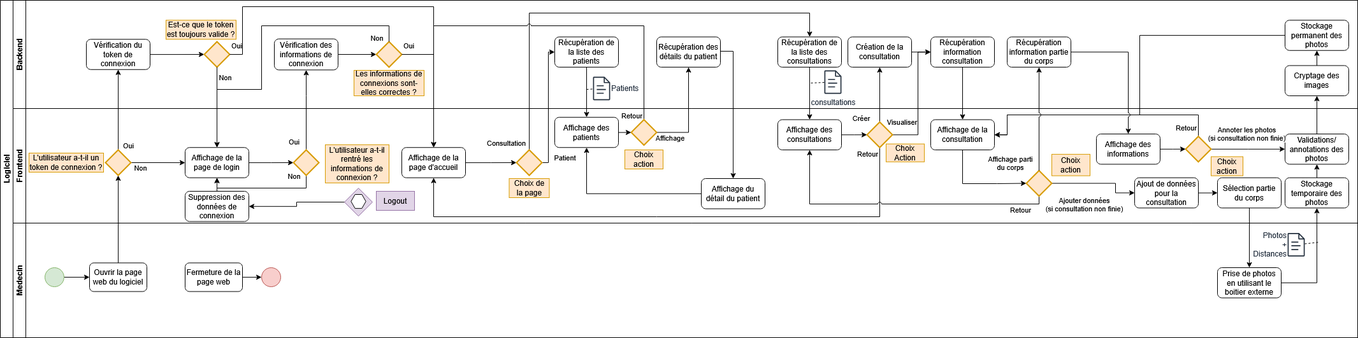
Earlier version of the draw.io export document/schematics/BPMN DermaTrack.png (nicolas-gatta/DermaTrack). Source tidied: cells renumbered, new cells last; positions are measured from the earlier drawing's top-left corner, leaving out a move shared by most shapes.
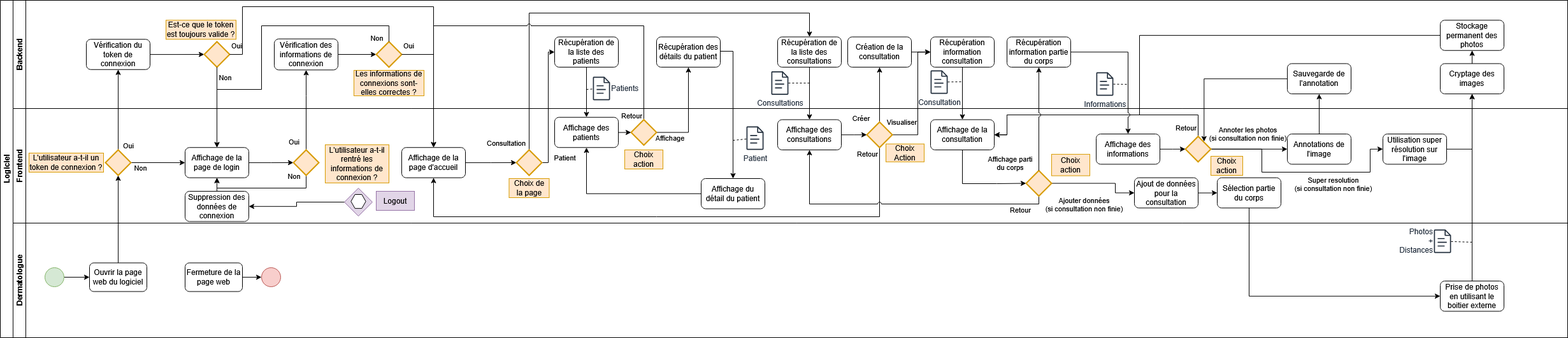
The same diagram one commit later.

Commit message:
Implement modal dismissal and update forms for patient and visit creation

Change to the diagram source:
```diff
@@ -3,7 +3,7 @@
     <mxCell id="0" />
     <mxCell id="1" parent="0" />
     <mxCell id="2" value="&lt;div&gt;Logiciel&lt;/div&gt;" style="swimlane;html=1;horizontal=0;startSize=20;" parent="1" vertex="1">
-      <mxGeometry width="2130" height="530" as="geometry" />
+      <mxGeometry width="2460" height="530" as="geometry" />
     </mxCell>
     <mxCell id="3" style="edgeStyle=orthogonalEdgeStyle;rounded=0;jettySize=auto;html=1;entryX=0.5;entryY=0;entryDx=0;entryDy=0;exitX=0.5;exitY=0;exitDx=0;exitDy=0;exitPerimeter=0;jumpStyle=arc;" parent="2" edge="1" source="63" target="17">
       <mxGeometry relative="1" as="geometry">
@@ -19,7 +19,7 @@
       </mxGeometry>
     </mxCell>
     <mxCell id="5" value="Backend" style="swimlane;html=1;startSize=20;horizontal=0;" parent="2" vertex="1">
-      <mxGeometry x="20" width="2110" height="170" as="geometry" />
+      <mxGeometry x="20" width="2440" height="170" as="geometry" />
     </mxCell>
     <mxCell id="6" style="edgeStyle=orthogonalEdgeStyle;rounded=0;jettySize=auto;html=1;" parent="5" edge="1" source="7" target="8">
       <mxGeometry relative="1" as="geometry" />
@@ -72,8 +72,8 @@
     <mxCell id="19" value="Récupération des détails du patient" style="rounded=1;whiteSpace=wrap;html=1;" parent="5" vertex="1">
       <mxGeometry x="1010" y="57.5" width="100" height="47.5" as="geometry" />
     </mxCell>
-    <mxCell id="20" value="consultations" style="sketch=0;outlineConnect=0;fontColor=#232F3E;gradientColor=none;fillColor=#232F3D;strokeColor=none;dashed=0;verticalLabelPosition=bottom;verticalAlign=top;align=center;html=1;fontSize=12;fontStyle=0;shape=mxgraph.aws4.document;labelPosition=center;" parent="5" vertex="1">
-      <mxGeometry x="1273" y="110" width="27" height="37" as="geometry" />
+    <mxCell id="20" value="Consultations" style="sketch=0;outlineConnect=0;fontColor=#232F3E;gradientColor=none;fillColor=#232F3D;strokeColor=none;dashed=0;verticalLabelPosition=bottom;verticalAlign=top;align=center;html=1;fontSize=12;fontStyle=0;shape=mxgraph.aws4.document;labelPosition=center;" parent="5" vertex="1">
+      <mxGeometry x="1190" y="111.5" width="27" height="37" as="geometry" />
     </mxCell>
     <mxCell id="21" style="edgeStyle=orthogonalEdgeStyle;rounded=0;jettySize=auto;html=1;entryX=0;entryY=0.5;entryDx=0;entryDy=0;" parent="5" edge="1" source="22" target="23">
       <mxGeometry relative="1" as="geometry" />
@@ -87,15 +87,24 @@
     <mxCell id="24" style="edgeStyle=orthogonalEdgeStyle;rounded=0;jettySize=auto;html=1;entryX=0.5;entryY=1;entryDx=0;entryDy=0;" parent="5" edge="1" source="25" target="26">
       <mxGeometry relative="1" as="geometry" />
     </mxCell>
-    <mxCell id="25" value="Cryptage des images" style="rounded=1;whiteSpace=wrap;html=1;" parent="5" vertex="1">
-      <mxGeometry x="1996" y="102.5" width="100" height="47.5" as="geometry" />
-    </mxCell>
     <mxCell id="26" value="Stockage permanent des photos" style="rounded=1;whiteSpace=wrap;html=1;" parent="5" vertex="1">
-      <mxGeometry x="1996" y="31.2" width="100" height="47.5" as="geometry" />
+      <mxGeometry x="2240" y="31.2" width="100" height="47.5" as="geometry" />
     </mxCell>
     <mxCell id="27" value="Récupération information partie du corps" style="rounded=1;whiteSpace=wrap;html=1;" parent="5" vertex="1">
       <mxGeometry x="1560" y="57.5" width="100" height="47.5" as="geometry" />
     </mxCell>
+    <mxCell id="128" value="Consultation" style="sketch=0;outlineConnect=0;fontColor=#232F3E;gradientColor=none;fillColor=#232F3D;strokeColor=none;dashed=0;verticalLabelPosition=bottom;verticalAlign=top;align=center;html=1;fontSize=12;fontStyle=0;shape=mxgraph.aws4.document;labelPosition=center;" parent="5" vertex="1">
+      <mxGeometry x="1440" y="110" width="27" height="37" as="geometry" />
+    </mxCell>
+    <mxCell id="129" value="Informations" style="sketch=0;outlineConnect=0;fontColor=#232F3E;gradientColor=none;fillColor=#232F3D;strokeColor=none;dashed=0;verticalLabelPosition=bottom;verticalAlign=top;align=center;html=1;fontSize=12;fontStyle=0;shape=mxgraph.aws4.document;labelPosition=center;" parent="5" vertex="1">
+      <mxGeometry x="1700" y="113.1" width="27" height="37" as="geometry" />
+    </mxCell>
+    <mxCell id="25" value="Cryptage des images" style="rounded=1;whiteSpace=wrap;html=1;" parent="5" vertex="1">
+      <mxGeometry x="2240" y="99.5" width="100" height="47.5" as="geometry" />
+    </mxCell>
+    <mxCell id="130" value="&lt;div&gt;Sauvegarde de l'annotation&lt;/div&gt;" style="rounded=1;whiteSpace=wrap;html=1;" parent="5" vertex="1">
+      <mxGeometry x="2000" y="99.4" width="100" height="47.5" as="geometry" />
+    </mxCell>
     <mxCell id="28" style="edgeStyle=orthogonalEdgeStyle;rounded=0;jettySize=auto;html=1;entryX=0.5;entryY=1;entryDx=0;entryDy=0;entryPerimeter=0;" parent="2" edge="1" source="111" target="55">
       <mxGeometry relative="1" as="geometry" />
     </mxCell>
@@ -203,11 +212,11 @@
         <mxPoint y="-24" as="offset" />
       </mxGeometry>
     </mxCell>
-    <mxCell id="49" style="edgeStyle=orthogonalEdgeStyle;rounded=0;jettySize=auto;html=1;" parent="2" edge="1" source="112" target="84">
+    <mxCell id="49" style="edgeStyle=orthogonalEdgeStyle;rounded=0;jettySize=auto;html=1;entryX=0.5;entryY=1;entryDx=0;entryDy=0;" parent="2" edge="1" source="112" target="25">
       <mxGeometry relative="1" as="geometry" />
     </mxCell>
     <mxCell id="50" value="Frontend" style="swimlane;html=1;startSize=20;horizontal=0;" parent="2" vertex="1">
-      <mxGeometry x="20" y="170" width="2110" height="180" as="geometry" />
+      <mxGeometry x="20" y="170" width="2440" height="180" as="geometry" />
     </mxCell>
     <mxCell id="51" style="edgeStyle=orthogonalEdgeStyle;rounded=0;jettySize=auto;html=1;entryX=0;entryY=0.5;entryDx=0;entryDy=0;entryPerimeter=0;" parent="50" edge="1" source="52" target="59">
       <mxGeometry relative="1" as="geometry" />
@@ -334,15 +343,6 @@
     <mxCell id="82" value="Sélection partie du corps" style="rounded=1;whiteSpace=wrap;html=1;" parent="50" vertex="1">
       <mxGeometry x="1890" y="108.8" width="100" height="47.5" as="geometry" />
     </mxCell>
-    <mxCell id="83" style="edgeStyle=orthogonalEdgeStyle;rounded=0;jettySize=auto;html=1;" parent="50" edge="1" source="84" target="85">
-      <mxGeometry relative="1" as="geometry" />
-    </mxCell>
-    <mxCell id="84" value="Stockage temporaire des photos" style="rounded=1;whiteSpace=wrap;html=1;" parent="50" vertex="1">
-      <mxGeometry x="1996" y="108.8" width="100" height="47.5" as="geometry" />
-    </mxCell>
-    <mxCell id="85" value="Validations/annotations des photos" style="rounded=1;whiteSpace=wrap;html=1;" parent="50" vertex="1">
-      <mxGeometry x="1996" y="40" width="100" height="47.5" as="geometry" />
-    </mxCell>
     <mxCell id="86" style="edgeStyle=orthogonalEdgeStyle;rounded=0;jettySize=auto;html=1;entryX=0.5;entryY=1;entryDx=0;entryDy=0;jumpStyle=arc;" parent="50" edge="1" source="90" target="66">
       <mxGeometry relative="1" as="geometry">
         <Array as="points">
@@ -381,7 +381,7 @@
     <mxCell id="93" value="Affichage des informations" style="rounded=1;whiteSpace=wrap;html=1;" parent="50" vertex="1">
       <mxGeometry x="1700" y="40" width="100" height="47.5" as="geometry" />
     </mxCell>
-    <mxCell id="94" style="edgeStyle=orthogonalEdgeStyle;rounded=0;jettySize=auto;html=1;" parent="50" edge="1" source="98" target="85">
+    <mxCell id="94" style="edgeStyle=orthogonalEdgeStyle;rounded=0;jettySize=auto;html=1;entryX=0;entryY=0.5;entryDx=0;entryDy=0;" parent="50" edge="1" source="98" target="135">
       <mxGeometry relative="1" as="geometry" />
     </mxCell>
     <mxCell id="95" value="Annoter les photos&lt;br&gt;(si consultation non finie)" style="edgeLabel;html=1;align=center;verticalAlign=middle;" parent="94" vertex="1">
@@ -403,6 +403,21 @@
         <mxPoint x="-21" y="3" as="offset" />
       </mxGeometry>
     </mxCell>
+    <mxCell id="131" style="edgeStyle=orthogonalEdgeStyle;rounded=0;jettySize=auto;html=1;entryX=0;entryY=0.5;entryDx=0;entryDy=0;" parent="50" edge="1" source="98" target="136">
+      <mxGeometry relative="1" as="geometry">
+        <Array as="points">
+          <mxPoint x="1960" y="64" />
+          <mxPoint x="1960" y="100" />
+          <mxPoint x="2130" y="100" />
+          <mxPoint x="2130" y="64" />
+        </Array>
+      </mxGeometry>
+    </mxCell>
+    <mxCell id="132" value="&lt;div&gt;Super resolution&lt;/div&gt;&lt;div&gt;(si consultation non finie)&lt;/div&gt;" style="edgeLabel;html=1;align=center;verticalAlign=middle;" parent="131" vertex="1">
+      <mxGeometry x="0.1" y="-1" relative="1" as="geometry">
+        <mxPoint x="40" y="17" as="offset" />
+      </mxGeometry>
+    </mxCell>
     <mxCell id="98" style="strokeWidth=2;html=1;shape=mxgraph.flowchart.decision;whiteSpace=wrap;fillColor=#ffe6cc;strokeColor=#d79b00;" parent="50" vertex="1">
       <mxGeometry x="1840" y="43.8" width="40" height="40" as="geometry" />
     </mxCell>
@@ -410,7 +425,7 @@
       <mxGeometry relative="1" as="geometry" />
     </mxCell>
     <mxCell id="100" value="Choix action" style="text;html=1;align=center;verticalAlign=middle;whiteSpace=wrap;rounded=0;fillColor=#ffe6cc;strokeColor=#d79b00;" parent="50" vertex="1">
-      <mxGeometry x="1880" y="75.6" width="50" height="30" as="geometry" />
+      <mxGeometry x="1880" y="75" width="50" height="30" as="geometry" />
     </mxCell>
     <mxCell id="101" style="group;" parent="50" vertex="1">
       <mxGeometry x="520" y="125" width="44" height="44" as="geometry" />
@@ -433,8 +448,22 @@
     <mxCell id="107" value="Suppression des données de connexion" style="rounded=1;whiteSpace=wrap;html=1;" parent="50" vertex="1">
       <mxGeometry x="270" y="130" width="100" height="47.5" as="geometry" />
     </mxCell>
+    <mxCell id="133" value="Patient" style="sketch=0;outlineConnect=0;fontColor=#232F3E;gradientColor=none;fillColor=#232F3D;strokeColor=none;dashed=0;verticalLabelPosition=bottom;verticalAlign=top;align=center;html=1;fontSize=12;fontStyle=0;shape=mxgraph.aws4.document;labelPosition=center;" parent="50" vertex="1">
+      <mxGeometry x="1151" y="28" width="27" height="37" as="geometry" />
+    </mxCell>
+    <mxCell id="134" style="endArrow=none;dashed=1;html=1;rounded=0;" parent="50" edge="1" target="133">
+      <mxGeometry relative="1" as="geometry">
+        <mxPoint x="1130" y="50" as="sourcePoint" />
+      </mxGeometry>
+    </mxCell>
+    <mxCell id="135" value="&lt;div&gt;Annotations de l'image&lt;/div&gt;" style="rounded=1;whiteSpace=wrap;html=1;" parent="50" vertex="1">
+      <mxGeometry x="2000" y="40" width="100" height="47.5" as="geometry" />
+    </mxCell>
+    <mxCell id="136" value="Utilisation super résolution sur l'image" style="rounded=1;whiteSpace=wrap;html=1;" parent="50" vertex="1">
+      <mxGeometry x="2150" y="40" width="100" height="47.5" as="geometry" />
+    </mxCell>
-    <mxCell id="108" value="Medecin" style="swimlane;html=1;startSize=20;horizontal=0;" parent="2" vertex="1">
-      <mxGeometry x="20" y="350" width="2110" height="180" as="geometry" />
+    <mxCell id="108" value="Dermatologue" style="swimlane;html=1;startSize=20;horizontal=0;" parent="2" vertex="1">
+      <mxGeometry x="20" y="350" width="2440" height="180" as="geometry" />
     </mxCell>
     <mxCell id="109" style="edgeStyle=orthogonalEdgeStyle;rounded=0;jettySize=auto;html=1;entryX=0;entryY=0.5;entryDx=0;entryDy=0;" parent="108" edge="1" source="110" target="111">
       <mxGeometry relative="1" as="geometry" />
@@ -446,10 +475,10 @@
       <mxGeometry x="120" y="62.5" width="90" height="45" as="geometry" />
     </mxCell>
     <mxCell id="112" value="Prise de photos en utilisant le boitier externe" style="rounded=1;whiteSpace=wrap;html=1;" parent="108" vertex="1">
-      <mxGeometry x="1890" y="70" width="100" height="47.5" as="geometry" />
+      <mxGeometry x="2240" y="91" width="100" height="47.5" as="geometry" />
     </mxCell>
     <mxCell id="113" value="Photos &lt;br&gt;+ &lt;br&gt;Distances" style="sketch=0;outlineConnect=0;fontColor=#232F3E;gradientColor=none;fillColor=#232F3D;strokeColor=none;dashed=0;verticalLabelPosition=middle;verticalAlign=middle;align=right;html=1;fontSize=12;fontStyle=0;shape=mxgraph.aws4.document;labelPosition=left;" parent="108" vertex="1">
-      <mxGeometry x="2000" y="15.6" width="27" height="37" as="geometry" />
+      <mxGeometry x="2230" y="10" width="27" height="37" as="geometry" />
     </mxCell>
     <mxCell id="114" style="edgeStyle=orthogonalEdgeStyle;rounded=0;jettySize=auto;html=1;" parent="108" edge="1" source="115" target="116">
       <mxGeometry relative="1" as="geometry" />
@@ -460,11 +489,12 @@
     <mxCell id="116" style="ellipse;whiteSpace=wrap;html=1;fillColor=#f8cecc;strokeColor=#b85450;verticalAlign=middle;" parent="108" vertex="1">
       <mxGeometry x="390" y="70" width="30" height="30" as="geometry" />
     </mxCell>
-    <mxCell id="117" style="edgeStyle=orthogonalEdgeStyle;rounded=0;jettySize=auto;html=1;" parent="2" edge="1" source="85" target="25">
-      <mxGeometry relative="1" as="geometry" />
-    </mxCell>
-    <mxCell id="118" style="edgeStyle=orthogonalEdgeStyle;rounded=0;jettySize=auto;html=1;entryX=0.5;entryY=0;entryDx=0;entryDy=0;" parent="2" edge="1" source="82" target="112">
-      <mxGeometry relative="1" as="geometry" />
+    <mxCell id="118" style="edgeStyle=orthogonalEdgeStyle;rounded=0;jettySize=auto;html=1;entryX=0;entryY=0.5;entryDx=0;entryDy=0;" parent="2" edge="1" source="82" target="112">
+      <mxGeometry relative="1" as="geometry">
+        <Array as="points">
+          <mxPoint x="1960" y="465" />
+        </Array>
+      </mxGeometry>
     </mxCell>
     <mxCell id="119" style="edgeStyle=orthogonalEdgeStyle;rounded=0;jettySize=auto;html=1;entryX=0.5;entryY=1;entryDx=0;entryDy=0;jumpStyle=arc;" parent="2" edge="1" source="90" target="27">
       <mxGeometry relative="1" as="geometry" />
@@ -501,6 +531,19 @@
         <mxPoint x="-9" y="1" as="offset" />
       </mxGeometry>
     </mxCell>
+    <mxCell id="137" style="edgeStyle=orthogonalEdgeStyle;rounded=0;jettySize=auto;html=1;" parent="2" edge="1" source="135" target="130">
+      <mxGeometry relative="1" as="geometry" />
+    </mxCell>
+    <mxCell id="138" style="edgeStyle=orthogonalEdgeStyle;rounded=0;jettySize=auto;html=1;entryX=0.732;entryY=0.204;entryDx=0;entryDy=0;entryPerimeter=0;" parent="2" edge="1" source="130" target="98">
+      <mxGeometry relative="1" as="geometry" />
+    </mxCell>
+    <mxCell id="139" style="edgeStyle=orthogonalEdgeStyle;rounded=0;jettySize=auto;html=1;entryX=0.5;entryY=1;entryDx=0;entryDy=0;" parent="2" edge="1" source="136" target="25">
+      <mxGeometry relative="1" as="geometry">
+        <Array as="points">
+          <mxPoint x="2310" y="234" />
+        </Array>
+      </mxGeometry>
+    </mxCell>
     <mxCell id="125" style="endArrow=none;dashed=1;html=1;rounded=0;" parent="1" edge="1" target="18">
       <mxGeometry relative="1" as="geometry">
         <mxPoint x="920" y="140" as="sourcePoint" />
@@ -513,8 +556,18 @@
     </mxCell>
     <mxCell id="127" style="endArrow=none;dashed=1;html=1;rounded=0;" parent="1" edge="1" source="113">
       <mxGeometry relative="1" as="geometry">
-        <mxPoint x="2070" y="380" as="targetPoint" />
+        <mxPoint x="2310" y="380" as="targetPoint" />
       </mxGeometry>
     </mxCell>
+    <mxCell id="140" style="endArrow=none;dashed=1;html=1;rounded=0;" parent="1" edge="1" source="128">
+      <mxGeometry relative="1" as="geometry">
+        <mxPoint x="1510" y="128" as="targetPoint" />
+      </mxGeometry>
+    </mxCell>
+    <mxCell id="141" style="endArrow=none;dashed=1;html=1;rounded=0;" parent="1" edge="1" source="129">
+      <mxGeometry relative="1" as="geometry">
+        <mxPoint x="1770" y="132" as="targetPoint" />
+      </mxGeometry>
+    </mxCell>
   </root>
 </mxGraphModel>
```
